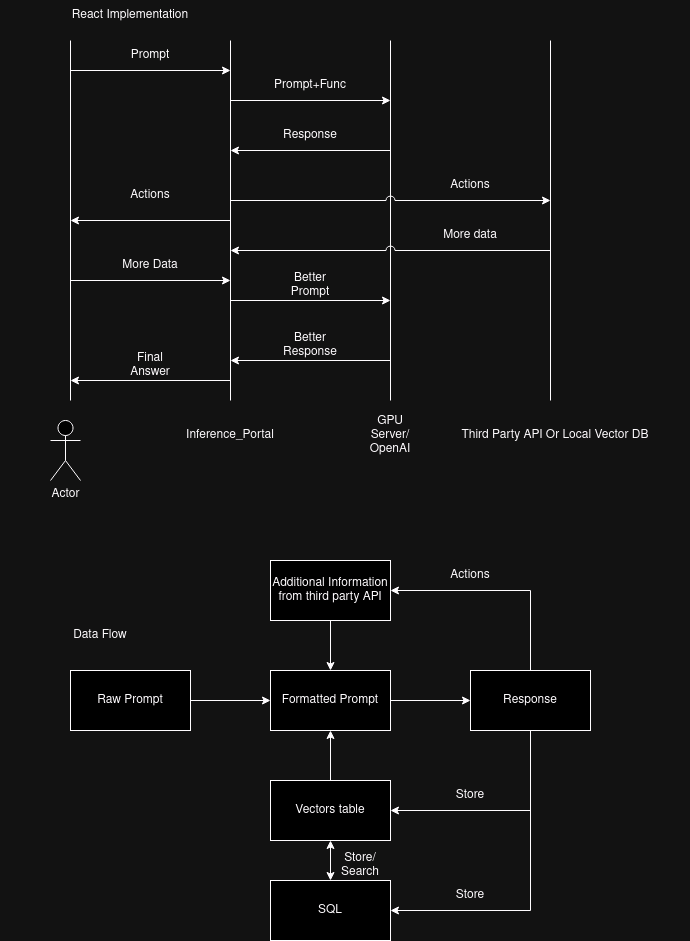
Above: React+Vec.drawio.png in Drzhivago264/Inference_Portal (draw.io), before the change. Source tidied: cells renumbered, new cells last; positions are measured from the earlier drawing's top-left corner, leaving out a move shared by most shapes.
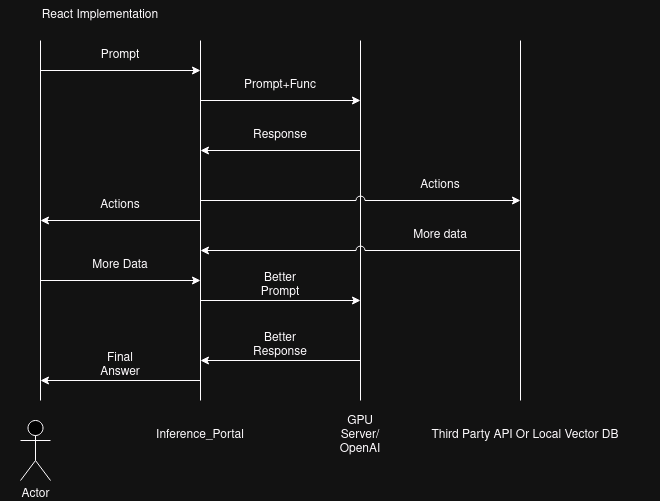
Later version of the same file.

The edit, as a diff of the source:
```diff
@@ -117,7 +117,7 @@
       </mxGeometry>
     </mxCell>
     <mxCell id="27" value="Actions" style="text;html=1;align=center;verticalAlign=middle;whiteSpace=wrap;rounded=0;" parent="1" vertex="1">
-      <mxGeometry x="120" y="180" width="60" height="30" as="geometry" />
+      <mxGeometry x="120" y="190" width="60" height="30" as="geometry" />
     </mxCell>
     <mxCell id="28" style="endArrow=classic;html=1;rounded=0;" parent="1" edge="1">
       <mxGeometry relative="1" as="geometry">
@@ -131,67 +131,5 @@
     <mxCell id="30" value="React Implementation" style="text;html=1;align=center;verticalAlign=middle;whiteSpace=wrap;rounded=0;" parent="1" vertex="1">
       <mxGeometry x="30" width="200" height="30" as="geometry" />
     </mxCell>
-    <mxCell id="31" value="Data Flow" style="text;html=1;align=center;verticalAlign=middle;whiteSpace=wrap;rounded=0;" parent="1" vertex="1">
-      <mxGeometry y="620" width="200" height="30" as="geometry" />
-    </mxCell>
-    <mxCell id="32" value="Raw Prompt" style="rounded=0;whiteSpace=wrap;html=1;" parent="1" vertex="1">
-      <mxGeometry x="70" y="670" width="120" height="60" as="geometry" />
-    </mxCell>
-    <mxCell id="33" value="Formatted Prompt" style="rounded=0;whiteSpace=wrap;html=1;" parent="1" vertex="1">
-      <mxGeometry x="270" y="670" width="120" height="60" as="geometry" />
-    </mxCell>
-    <mxCell id="34" style="endArrow=classic;html=1;rounded=0;exitX=1;exitY=0.5;exitDx=0;exitDy=0;" parent="1" edge="1" source="32" target="33">
-      <mxGeometry relative="1" as="geometry" />
-    </mxCell>
-    <mxCell id="35" value="Vectors table" style="rounded=0;whiteSpace=wrap;html=1;" parent="1" vertex="1">
-      <mxGeometry x="270" y="780" width="120" height="60" as="geometry" />
-    </mxCell>
-    <mxCell id="36" value="Additional Information from third party API" style="rounded=0;whiteSpace=wrap;html=1;" parent="1" vertex="1">
-      <mxGeometry x="270" y="560" width="120" height="60" as="geometry" />
-    </mxCell>
-    <mxCell id="37" style="endArrow=classic;html=1;rounded=0;exitX=0.5;exitY=1;exitDx=0;exitDy=0;entryX=0.5;entryY=0;entryDx=0;entryDy=0;" parent="1" edge="1" source="36" target="33">
-      <mxGeometry relative="1" as="geometry" />
-    </mxCell>
-    <mxCell id="38" style="endArrow=classic;html=1;rounded=0;exitX=0.5;exitY=0;exitDx=0;exitDy=0;" parent="1" edge="1" source="35" target="33">
-      <mxGeometry relative="1" as="geometry" />
-    </mxCell>
-    <mxCell id="39" value="Response" style="rounded=0;whiteSpace=wrap;html=1;" parent="1" vertex="1">
-      <mxGeometry x="470" y="670" width="120" height="60" as="geometry" />
-    </mxCell>
-    <mxCell id="40" style="endArrow=classic;html=1;rounded=0;exitX=1;exitY=0.5;exitDx=0;exitDy=0;entryX=0;entryY=0.5;entryDx=0;entryDy=0;" parent="1" edge="1" source="33" target="39">
-      <mxGeometry relative="1" as="geometry" />
-    </mxCell>
-    <mxCell id="41" style="endArrow=classic;html=1;rounded=0;exitX=0.5;exitY=1;exitDx=0;exitDy=0;entryX=1;entryY=0.5;entryDx=0;entryDy=0;edgeStyle=orthogonalEdgeStyle;" parent="1" edge="1" source="39" target="35">
-      <mxGeometry relative="1" as="geometry" />
-    </mxCell>
-    <mxCell id="42" style="endArrow=classic;html=1;rounded=0;entryX=1;entryY=0.5;entryDx=0;entryDy=0;edgeStyle=orthogonalEdgeStyle;" parent="1" edge="1" target="36">
-      <mxGeometry relative="1" as="geometry">
-        <mxPoint x="530" y="670" as="sourcePoint" />
-        <Array as="points">
-          <mxPoint x="530" y="590" />
-        </Array>
-      </mxGeometry>
-    </mxCell>
-    <mxCell id="43" value="Actions" style="text;html=1;align=center;verticalAlign=middle;whiteSpace=wrap;rounded=0;" parent="1" vertex="1">
-      <mxGeometry x="440" y="560" width="60" height="30" as="geometry" />
-    </mxCell>
-    <mxCell id="44" value="Store" style="text;html=1;align=center;verticalAlign=middle;whiteSpace=wrap;rounded=0;" parent="1" vertex="1">
-      <mxGeometry x="440" y="780" width="60" height="30" as="geometry" />
-    </mxCell>
-    <mxCell id="45" value="SQL " style="rounded=0;whiteSpace=wrap;html=1;" parent="1" vertex="1">
-      <mxGeometry x="270" y="880" width="120" height="60" as="geometry" />
-    </mxCell>
-    <mxCell id="46" style="endArrow=classic;html=1;rounded=0;exitX=0.5;exitY=1;exitDx=0;exitDy=0;entryX=1;entryY=0.5;entryDx=0;entryDy=0;edgeStyle=orthogonalEdgeStyle;" parent="1" edge="1" source="39" target="45">
-      <mxGeometry relative="1" as="geometry" />
-    </mxCell>
-    <mxCell id="47" value="Store" style="text;html=1;align=center;verticalAlign=middle;whiteSpace=wrap;rounded=0;" parent="1" vertex="1">
-      <mxGeometry x="440" y="880" width="60" height="30" as="geometry" />
-    </mxCell>
-    <mxCell id="48" style="endArrow=classic;startArrow=classic;html=1;rounded=0;exitX=0.5;exitY=0;exitDx=0;exitDy=0;entryX=0.5;entryY=1;entryDx=0;entryDy=0;" parent="1" edge="1" source="45" target="35">
-      <mxGeometry relative="1" as="geometry" />
-    </mxCell>
-    <mxCell id="49" value="Store/Search" style="text;html=1;align=center;verticalAlign=middle;whiteSpace=wrap;rounded=0;" parent="1" vertex="1">
-      <mxGeometry x="330" y="850" width="60" height="30" as="geometry" />
-    </mxCell>
   </root>
 </mxGraphModel>
```
